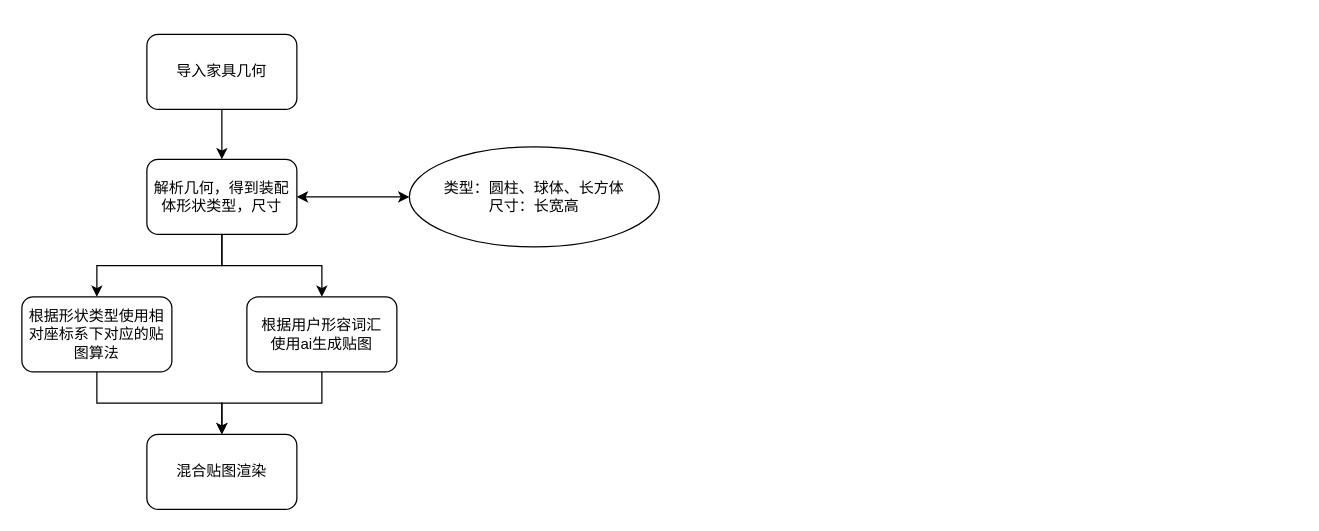
Before: zhuanli-Ai.drawio in Harekaze-Misakiakeno/uml, a draw.io diagram. Source tidied: cells renumbered, new cells numbered last; positions are measured from the earlier drawing's top-left corner, leaving out a move shared by most shapes. Both pictures are drawn from the tidied source at 125%, with x=0, y=0 at pixel (21, 34).
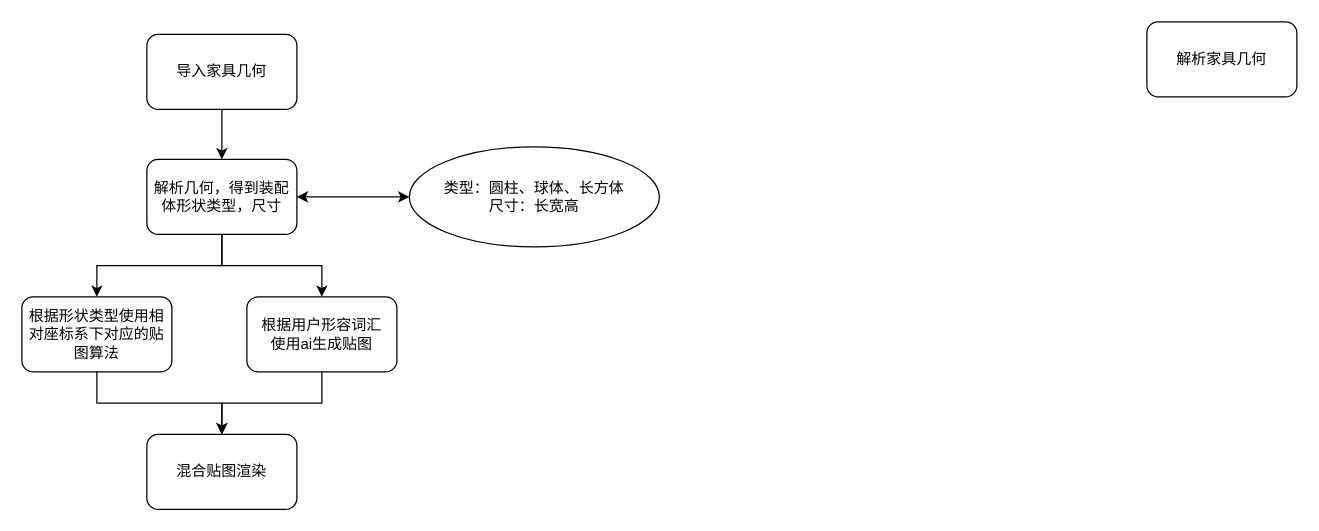
The same page after the edit.

What changed in the source:
```diff
@@
 <mxGraphModel>
   <root>
     <mxCell id="0" />
     <mxCell id="1" parent="0" />
     <mxCell id="2" style="edgeStyle=orthogonalEdgeStyle;rounded=0;jettySize=auto;html=1;exitX=0.5;exitY=1;exitDx=0;exitDy=0;entryX=0.5;entryY=0;entryDx=0;entryDy=0;" parent="1" edge="1" source="3" target="5">
       <mxGeometry relative="1" as="geometry" />
     </mxCell>
     <mxCell id="3" value="导入家具几何" style="rounded=1;whiteSpace=wrap;html=1;" parent="1" vertex="1">
       <mxGeometry x="100" width="120" height="60" as="geometry" />
     </mxCell>
     <mxCell id="4" style="edgeStyle=orthogonalEdgeStyle;rounded=0;jettySize=auto;html=1;exitX=0.5;exitY=1;exitDx=0;exitDy=0;entryX=0.5;entryY=0;entryDx=0;entryDy=0;" parent="1" edge="1" source="5" target="11">
       <mxGeometry relative="1" as="geometry" />
     </mxCell>
     <mxCell id="5" value="解析几何，得到装配体形状类型，尺寸" style="rounded=1;whiteSpace=wrap;html=1;" parent="1" vertex="1">
       <mxGeometry x="100" y="100" width="120" height="60" as="geometry" />
     </mxCell>
     <mxCell id="6" value="类型：圆柱、球体、长方体&lt;div&gt;尺寸：长宽高&lt;/div&gt;" style="ellipse;whiteSpace=wrap;html=1;" parent="1" vertex="1">
       <mxGeometry x="310" y="90" width="200" height="80" as="geometry" />
     </mxCell>
     <mxCell id="7" style="endArrow=classic;startArrow=classic;html=1;rounded=0;exitX=1;exitY=0.5;exitDx=0;exitDy=0;entryX=0;entryY=0.5;entryDx=0;entryDy=0;" parent="1" edge="1" source="5" target="6">
       <mxGeometry relative="1" as="geometry" />
     </mxCell>
     <mxCell id="8" style="edgeStyle=orthogonalEdgeStyle;rounded=0;jettySize=auto;html=1;entryX=0.5;entryY=0;entryDx=0;entryDy=0;" parent="1" edge="1" source="9" target="13">
       <mxGeometry relative="1" as="geometry" />
     </mxCell>
     <mxCell id="9" value="根据用户形容词汇&lt;div&gt;使用ai生成贴图&lt;/div&gt;" style="rounded=1;whiteSpace=wrap;html=1;" parent="1" vertex="1">
       <mxGeometry x="180" y="210" width="120" height="60" as="geometry" />
     </mxCell>
     <mxCell id="10" style="edgeStyle=orthogonalEdgeStyle;rounded=0;jettySize=auto;html=1;exitX=0.5;exitY=1;exitDx=0;exitDy=0;" parent="1" edge="1" source="11" target="13">
       <mxGeometry relative="1" as="geometry" />
     </mxCell>
     <mxCell id="11" value="根据形状类型使用相对座标系下对应的贴图算法" style="rounded=1;whiteSpace=wrap;html=1;" parent="1" vertex="1">
       <mxGeometry y="210" width="120" height="60" as="geometry" />
     </mxCell>
     <mxCell id="12" style="edgeStyle=orthogonalEdgeStyle;rounded=0;jettySize=auto;html=1;exitX=0.5;exitY=1;exitDx=0;exitDy=0;entryX=0.5;entryY=0;entryDx=0;entryDy=0;" parent="1" edge="1" source="5" target="9">
       <mxGeometry relative="1" as="geometry" />
     </mxCell>
     <mxCell id="13" value="混合贴图渲染" style="rounded=1;whiteSpace=wrap;html=1;" parent="1" vertex="1">
       <mxGeometry x="100" y="320" width="120" height="60" as="geometry" />
     </mxCell>
+    <mxCell id="14" value="解析家具几何" style="rounded=1;whiteSpace=wrap;html=1;" parent="1" vertex="1">
+      <mxGeometry x="900" y="-10" width="120" height="60" as="geometry" />
+    </mxCell>
   </root>
 </mxGraphModel>
```
